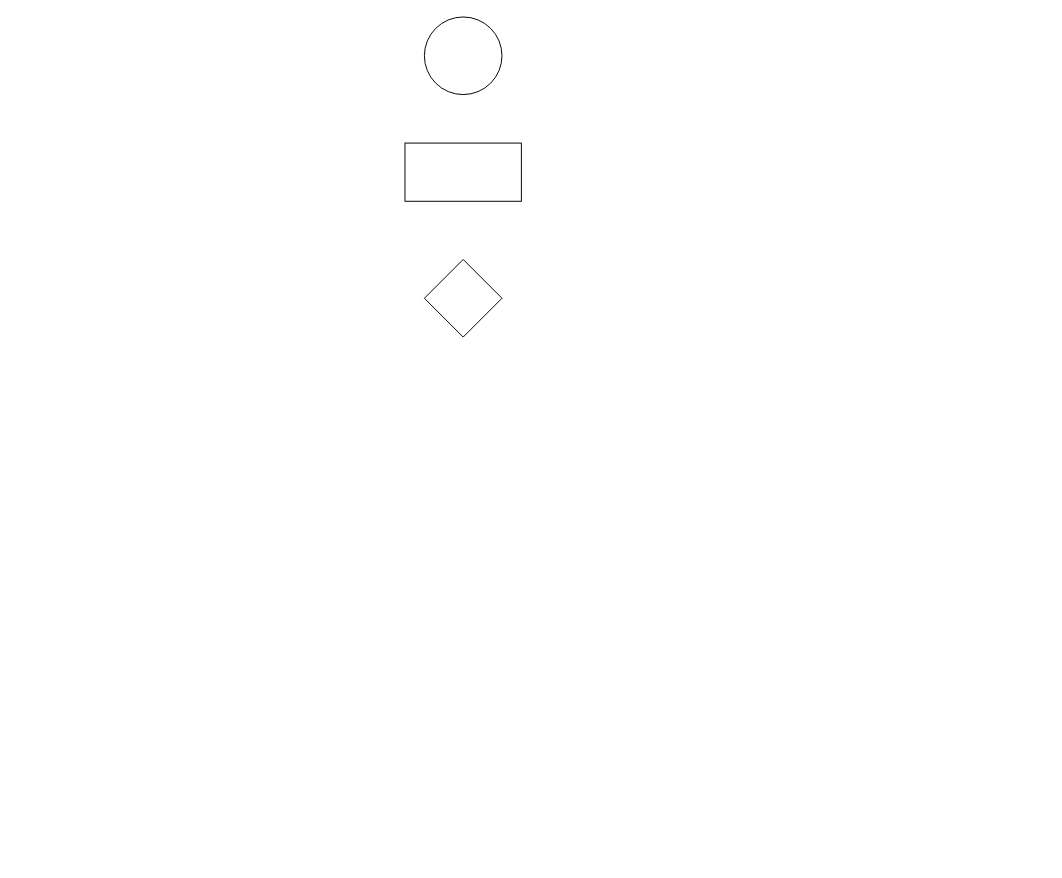
This is Diagrama/Diagrama sin título.drawio from morpheomax/bootcampudd, a draw.io file, before an edit. Source tidied: cells renumbered, new cells numbered last; positions are measured from the earlier drawing's top-left corner, leaving out a move shared by most shapes. Both pictures are drawn from the tidied source at 97%, with x=0, y=0 at pixel (404, 16).
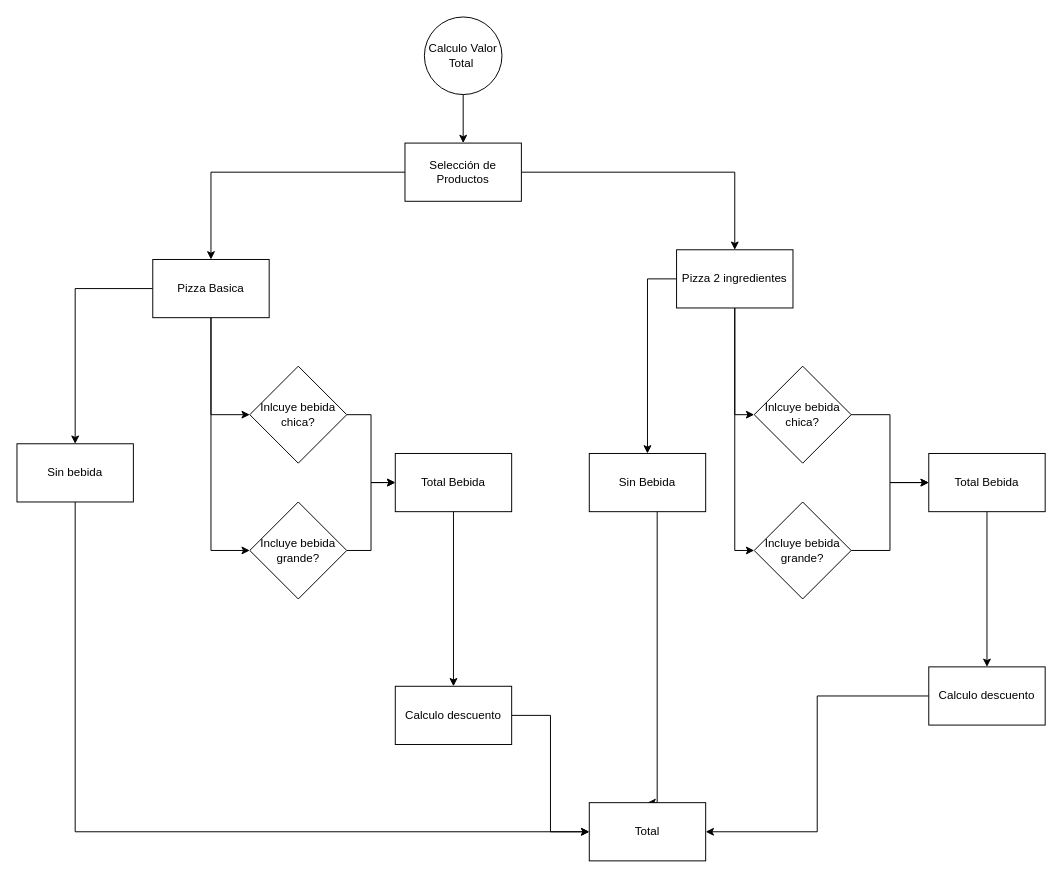
After the change.

The edit, as a diff of the source:
```diff
@@
+    <mxCell id="5" style="edgeStyle=orthogonalEdgeStyle;rounded=0;jettySize=auto;html=1;entryX=0.5;entryY=0;entryDx=0;entryDy=0;" parent="1" edge="1" source="2" target="3">
+      <mxGeometry relative="1" as="geometry" />
+    </mxCell>
-    <mxCell id="2" style="ellipse;whiteSpace=wrap;html=1;" parent="1" vertex="1">
+    <mxCell id="2" value="Calculo Valor Total&amp;nbsp;" style="ellipse;whiteSpace=wrap;html=1;" parent="1" vertex="1">
       <mxGeometry x="20" width="80" height="80" as="geometry" />
     </mxCell>
+    <mxCell id="6" style="edgeStyle=orthogonalEdgeStyle;rounded=0;jettySize=auto;html=1;entryX=0.5;entryY=0;entryDx=0;entryDy=0;" parent="1" edge="1" source="3" target="19">
+      <mxGeometry relative="1" as="geometry" />
+    </mxCell>
+    <mxCell id="7" style="edgeStyle=orthogonalEdgeStyle;rounded=0;jettySize=auto;html=1;entryX=0.5;entryY=0;entryDx=0;entryDy=0;" parent="1" edge="1" source="3" target="23">
+      <mxGeometry relative="1" as="geometry" />
+    </mxCell>
-    <mxCell id="3" style="rounded=0;whiteSpace=wrap;html=1;" parent="1" vertex="1">
+    <mxCell id="3" value="Selección de Productos" style="rounded=0;whiteSpace=wrap;html=1;" parent="1" vertex="1">
       <mxGeometry y="130" width="120" height="60" as="geometry" />
     </mxCell>
-    <mxCell id="4" style="rhombus;whiteSpace=wrap;html=1;" parent="1" vertex="1">
-      <mxGeometry x="20" y="250" width="80" height="80" as="geometry" />
-    </mxCell>
+    <mxCell id="8" style="edgeStyle=orthogonalEdgeStyle;rounded=0;jettySize=auto;html=1;entryX=0;entryY=0.5;entryDx=0;entryDy=0;" parent="1" edge="1" source="9" target="30">
+      <mxGeometry relative="1" as="geometry" />
+    </mxCell>
+    <mxCell id="9" value="Inlcuye bebida chica?" style="rhombus;whiteSpace=wrap;html=1;rounded=0;" parent="1" vertex="1">
+      <mxGeometry x="360" y="360" width="100" height="100" as="geometry" />
+    </mxCell>
+    <mxCell id="10" style="edgeStyle=orthogonalEdgeStyle;rounded=0;jettySize=auto;html=1;entryX=0;entryY=0.5;entryDx=0;entryDy=0;" parent="1" edge="1" source="11" target="30">
+      <mxGeometry relative="1" as="geometry" />
+    </mxCell>
+    <mxCell id="11" value="Incluye bebida grande?" style="rhombus;whiteSpace=wrap;html=1;rounded=0;" parent="1" vertex="1">
+      <mxGeometry x="360" y="500" width="100" height="100" as="geometry" />
+    </mxCell>
+    <mxCell id="12" style="edgeStyle=orthogonalEdgeStyle;rounded=0;jettySize=auto;html=1;entryX=0;entryY=0.5;entryDx=0;entryDy=0;" parent="1" edge="1" source="13" target="32">
+      <mxGeometry relative="1" as="geometry" />
+    </mxCell>
+    <mxCell id="13" value="Inlcuye bebida chica?" style="rhombus;whiteSpace=wrap;html=1;rounded=0;" parent="1" vertex="1">
+      <mxGeometry x="-160" y="360" width="100" height="100" as="geometry" />
+    </mxCell>
+    <mxCell id="14" style="edgeStyle=orthogonalEdgeStyle;rounded=0;jettySize=auto;html=1;entryX=0;entryY=0.5;entryDx=0;entryDy=0;" parent="1" edge="1" source="15" target="32">
+      <mxGeometry relative="1" as="geometry" />
+    </mxCell>
+    <mxCell id="15" value="Incluye bebida grande?" style="rhombus;whiteSpace=wrap;html=1;rounded=0;" parent="1" vertex="1">
+      <mxGeometry x="-160" y="500" width="100" height="100" as="geometry" />
+    </mxCell>
+    <mxCell id="16" style="edgeStyle=orthogonalEdgeStyle;rounded=0;jettySize=auto;html=1;entryX=0;entryY=0.5;entryDx=0;entryDy=0;" parent="1" edge="1" source="19" target="15">
+      <mxGeometry relative="1" as="geometry" />
+    </mxCell>
+    <mxCell id="17" style="edgeStyle=orthogonalEdgeStyle;rounded=0;jettySize=auto;html=1;entryX=0;entryY=0.5;entryDx=0;entryDy=0;" parent="1" edge="1" source="19" target="13">
+      <mxGeometry relative="1" as="geometry" />
+    </mxCell>
+    <mxCell id="18" style="edgeStyle=orthogonalEdgeStyle;rounded=0;jettySize=auto;html=1;" parent="1" edge="1" source="19" target="25">
+      <mxGeometry relative="1" as="geometry" />
+    </mxCell>
+    <mxCell id="19" value="Pizza Basica" style="rounded=0;whiteSpace=wrap;html=1;" parent="1" vertex="1">
+      <mxGeometry x="-260" y="250" width="120" height="60" as="geometry" />
+    </mxCell>
+    <mxCell id="20" style="edgeStyle=orthogonalEdgeStyle;rounded=0;jettySize=auto;html=1;entryX=0;entryY=0.5;entryDx=0;entryDy=0;" parent="1" edge="1" source="23" target="11">
+      <mxGeometry relative="1" as="geometry" />
+    </mxCell>
+    <mxCell id="21" style="edgeStyle=orthogonalEdgeStyle;rounded=0;jettySize=auto;html=1;entryX=0;entryY=0.5;entryDx=0;entryDy=0;" parent="1" edge="1" source="23" target="9">
+      <mxGeometry relative="1" as="geometry" />
+    </mxCell>
+    <mxCell id="22" style="edgeStyle=orthogonalEdgeStyle;rounded=0;jettySize=auto;html=1;entryX=0.5;entryY=0;entryDx=0;entryDy=0;" parent="1" edge="1" source="23" target="27">
+      <mxGeometry relative="1" as="geometry">
+        <Array as="points">
+          <mxPoint x="250" y="270" />
+        </Array>
+      </mxGeometry>
+    </mxCell>
+    <mxCell id="23" value="Pizza 2 ingredientes" style="rounded=0;whiteSpace=wrap;html=1;" parent="1" vertex="1">
+      <mxGeometry x="280" y="240" width="120" height="60" as="geometry" />
+    </mxCell>
+    <mxCell id="24" style="edgeStyle=orthogonalEdgeStyle;rounded=0;jettySize=auto;html=1;entryX=0;entryY=0.5;entryDx=0;entryDy=0;" parent="1" edge="1" source="25" target="28">
+      <mxGeometry relative="1" as="geometry">
+        <Array as="points">
+          <mxPoint x="-340" y="840" />
+        </Array>
+      </mxGeometry>
+    </mxCell>
+    <mxCell id="25" value="Sin bebida" style="rounded=0;whiteSpace=wrap;html=1;" parent="1" vertex="1">
+      <mxGeometry x="-400" y="440" width="120" height="60" as="geometry" />
+    </mxCell>
+    <mxCell id="26" style="edgeStyle=orthogonalEdgeStyle;rounded=0;jettySize=auto;html=1;entryX=0.5;entryY=0;entryDx=0;entryDy=0;" parent="1" edge="1" source="27" target="28">
+      <mxGeometry relative="1" as="geometry">
+        <Array as="points">
+          <mxPoint x="260" y="810" />
+        </Array>
+      </mxGeometry>
+    </mxCell>
+    <mxCell id="27" value="Sin Bebida" style="rounded=0;whiteSpace=wrap;html=1;" parent="1" vertex="1">
+      <mxGeometry x="190" y="450" width="120" height="60" as="geometry" />
+    </mxCell>
+    <mxCell id="28" value="Total" style="whiteSpace=wrap;html=1;rounded=0;" parent="1" vertex="1">
+      <mxGeometry x="190" y="810" width="120" height="60" as="geometry" />
+    </mxCell>
+    <mxCell id="29" style="edgeStyle=orthogonalEdgeStyle;rounded=0;jettySize=auto;html=1;" parent="1" edge="1" source="30" target="36">
+      <mxGeometry relative="1" as="geometry" />
+    </mxCell>
+    <mxCell id="30" value="Total Bebida" style="whiteSpace=wrap;html=1;rounded=0;" parent="1" vertex="1">
+      <mxGeometry x="540" y="450" width="120" height="60" as="geometry" />
+    </mxCell>
+    <mxCell id="31" style="edgeStyle=orthogonalEdgeStyle;rounded=0;jettySize=auto;html=1;entryX=0.5;entryY=0;entryDx=0;entryDy=0;" parent="1" edge="1" source="32" target="34">
+      <mxGeometry relative="1" as="geometry" />
+    </mxCell>
+    <mxCell id="32" value="Total Bebida" style="whiteSpace=wrap;html=1;rounded=0;" parent="1" vertex="1">
+      <mxGeometry x="-10" y="450" width="120" height="60" as="geometry" />
+    </mxCell>
+    <mxCell id="33" style="edgeStyle=orthogonalEdgeStyle;rounded=0;jettySize=auto;html=1;entryX=0;entryY=0.5;entryDx=0;entryDy=0;" parent="1" edge="1" source="34" target="28">
+      <mxGeometry relative="1" as="geometry" />
+    </mxCell>
+    <mxCell id="34" value="Calculo descuento" style="rounded=0;whiteSpace=wrap;html=1;" parent="1" vertex="1">
+      <mxGeometry x="-10" y="690" width="120" height="60" as="geometry" />
+    </mxCell>
+    <mxCell id="35" style="edgeStyle=orthogonalEdgeStyle;rounded=0;jettySize=auto;html=1;entryX=1;entryY=0.5;entryDx=0;entryDy=0;" parent="1" edge="1" source="36" target="28">
+      <mxGeometry relative="1" as="geometry" />
+    </mxCell>
+    <mxCell id="36" value="Calculo descuento" style="rounded=0;whiteSpace=wrap;html=1;" parent="1" vertex="1">
+      <mxGeometry x="540" y="670" width="120" height="60" as="geometry" />
+    </mxCell>
```
